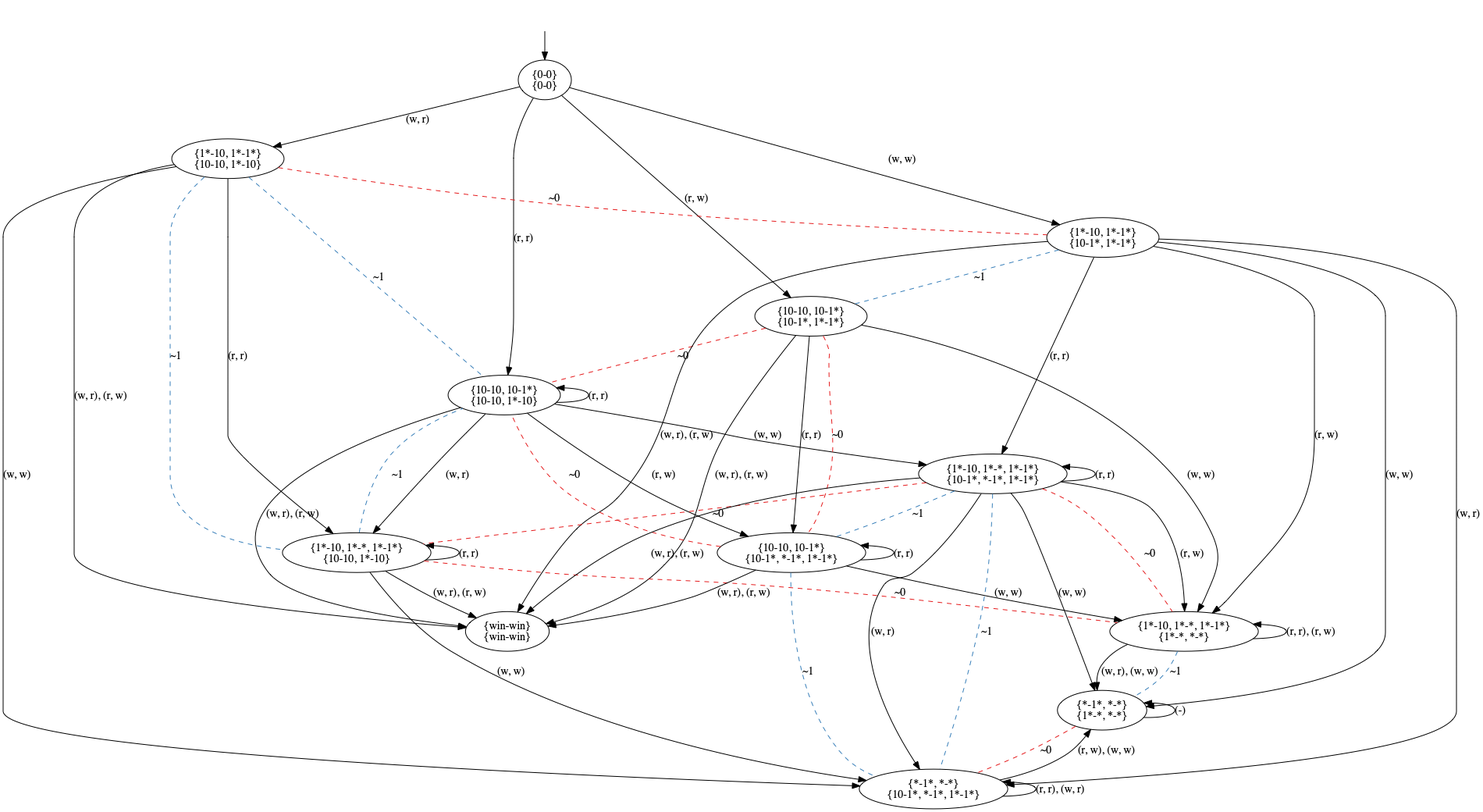
Above: pictures/GK2.png in olandr/mkbsc (Graphviz), before the change. Its source is kept beside it as pictures/GK2.dot.
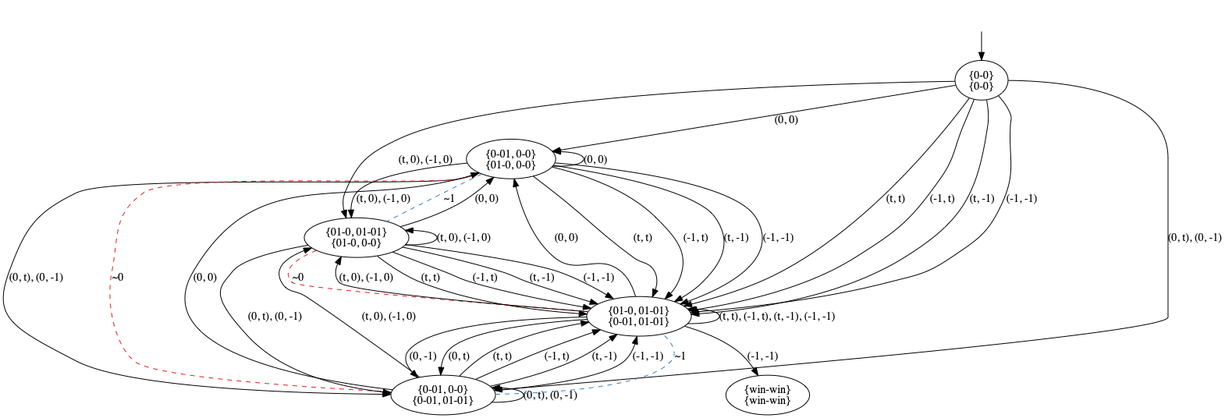
The same file after the commit.

The edit, as a diff of the source:
```diff
@@ -3,70 +3,50 @@
 nodesep=0.5;
 ranksep=0.5;
 splines=True;
-4626917864 [label="{0-0}\n{0-0}"];
-4626917752 [label="{10-10, 10-1*}\n{10-10, 1*-10}"];
-4626917640 [label="{1*-10, 1*-1*}\n{10-10, 1*-10}"];
-4626918648 [label="{10-10, 10-1*}\n{10-1*, 1*-1*}"];
-4626918760 [label="{1*-10, 1*-1*}\n{10-1*, 1*-1*}"];
-4626917920 [label="{1*-10, 1*-*, 1*-1*}\n{10-10, 1*-10}"];
-4626918088 [label="{win-win}\n{win-win}"];
-4626918200 [label="{10-10, 10-1*}\n{10-1*, *-1*, 1*-1*}"];
-4626918424 [label="{1*-10, 1*-*, 1*-1*}\n{10-1*, *-1*, 1*-1*}"];
-4626919264 [label="{*-1*, *-*}\n{10-1*, *-1*, 1*-1*}"];
-4624242728 [label="{1*-10, 1*-*, 1*-1*}\n{1*-*, *-*}"];
-4626699040 [label="{*-1*, *-*}\n{1*-*, *-*}"];
+4586271632 [label="{0-0}\n{0-0}"];
+4586271240 [label="{0-01, 0-0}\n{01-0, 0-0}"];
+4586272472 [label="{01-0, 01-01}\n{01-0, 0-0}"];
+4586271520 [label="{0-01, 0-0}\n{0-01, 01-01}"];
+4586271856 [label="{01-0, 01-01}\n{0-01, 01-01}"];
+4587183016 [label="{win-win}\n{win-win}"];
 hidden [label="", shape=none];
-4626917864 -> 4626917752  [action="('r', 'r')", key="('r', 'r')", label="(r, r)"];
-4626917864 -> 4626917640  [action="('w', 'r')", key="('w', 'r')", label="(w, r)"];
-4626917864 -> 4626918648  [action="('r', 'w')", key="('r', 'w')", label="(r, w)"];
-4626917864 -> 4626918760  [action="('w', 'w')", key="('w', 'w')", label="(w, w)"];
-4626917752 -> 4626917752  [action="('r', 'r')", dir=back, key="('r', 'r')", label="(r, r)"];
-4626917752 -> 4626917920  [action="('w', 'r')", key="('w', 'r')", label="(w, r)"];
-4626917752 -> 4626918200  [action="('r', 'w')", key="('r', 'w')", label="(r, w)"];
-4626917752 -> 4626918424  [action="('w', 'w')", key="('w', 'w')", label="(w, w)"];
-4626917752 -> 4626918088  [action="(('w', 'r'), ('r', 'w'))", key="(('w', 'r'), ('r', 'w'))", label="(w, r), (r, w)"];
-4626917640 -> 4626917920  [action="('r', 'r')", key="('r', 'r')", label="(r, r)"];
-4626917640 -> 4626917920  [arrowhead=none, color=2, colorscheme=set19, constraint=True, key=1, label="~1", style=dashed];
-4626917640 -> 4626919264  [action="('w', 'w')", key="('w', 'w')", label="(w, w)"];
-4626917640 -> 4626918088  [action="(('w', 'r'), ('r', 'w'))", key="(('w', 'r'), ('r', 'w'))", label="(w, r), (r, w)"];
-4626917640 -> 4626918760  [arrowhead=none, color=1, colorscheme=set19, constraint=True, key=0, label="~0", style=dashed];
-4626917640 -> 4626917752  [arrowhead=none, color=2, colorscheme=set19, constraint=True, key=0, label="~1", style=dashed];
-4626918648 -> 4626918200  [action="('r', 'r')", key="('r', 'r')", label="(r, r)"];
-4626918648 -> 4626918200  [arrowhead=none, color=1, colorscheme=set19, constraint=True, key=1, label="~0", style=dashed];
-4626918648 -> 4624242728  [action="('w', 'w')", key="('w', 'w')", label="(w, w)"];
-4626918648 -> 4626918088  [action="(('w', 'r'), ('r', 'w'))", key="(('w', 'r'), ('r', 'w'))", label="(w, r), (r, w)"];
-4626918648 -> 4626917752  [arrowhead=none, color=1, colorscheme=set19, constraint=True, key=0, label="~0", style=dashed];
-4626918760 -> 4626918424  [action="('r', 'r')", key="('r', 'r')", label="(r, r)"];
-4626918760 -> 4626919264  [action="('w', 'r')", key="('w', 'r')", label="(w, r)"];
-4626918760 -> 4624242728  [action="('r', 'w')", key="('r', 'w')", label="(r, w)"];
-4626918760 -> 4626699040  [action="('w', 'w')", key="('w', 'w')", label="(w, w)"];
-4626918760 -> 4626918088  [action="(('w', 'r'), ('r', 'w'))", key="(('w', 'r'), ('r', 'w'))", label="(w, r), (r, w)"];
-4626918760 -> 4626918648  [arrowhead=none, color=2, colorscheme=set19, constraint=True, key=0, label="~1", style=dashed];
-4626917920 -> 4626917920  [action="('r', 'r')", dir=back, key="('r', 'r')", label="(r, r)"];
-4626917920 -> 4626919264  [action="('w', 'w')", key="('w', 'w')", label="(w, w)"];
-4626917920 -> 4626918088  [action="(('w', 'r'), ('r', 'w'))", key="(('w', 'r'), ('r', 'w'))", label="(w, r), (r, w)"];
-4626917920 -> 4624242728  [arrowhead=none, color=1, colorscheme=set19, constraint=True, key=0, label="~0", style=dashed];
-4626917920 -> 4626917752  [arrowhead=none, color=2, colorscheme=set19, constraint=True, key=0, label="~1", style=dashed];
-4626918200 -> 4626918200  [action="('r', 'r')", dir=back, key="('r', 'r')", label="(r, r)"];
-4626918200 -> 4624242728  [action="('w', 'w')", key="('w', 'w')", label="(w, w)"];
-4626918200 -> 4626918088  [action="(('w', 'r'), ('r', 'w'))", key="(('w', 'r'), ('r', 'w'))", label="(w, r), (r, w)"];
-4626918200 -> 4626917752  [arrowhead=none, color=1, colorscheme=set19, constraint=True, key=0, label="~0", style=dashed];
-4626918200 -> 4626919264  [arrowhead=none, color=2, colorscheme=set19, constraint=True, key=0, label="~1", style=dashed];
-4626918424 -> 4626918424  [action="('r', 'r')", dir=back, key="('r', 'r')", label="(r, r)"];
-4626918424 -> 4626919264  [action="('w', 'r')", key="('w', 'r')", label="(w, r)"];
-4626918424 -> 4626919264  [arrowhead=none, color=2, colorscheme=set19, constraint=True, key=1, label="~1", style=dashed];
-4626918424 -> 4624242728  [action="('r', 'w')", key="('r', 'w')", label="(r, w)"];
-4626918424 -> 4624242728  [arrowhead=none, color=1, colorscheme=set19, constraint=True, key=1, label="~0", style=dashed];
-4626918424 -> 4626699040  [action="('w', 'w')", key="('w', 'w')", label="(w, w)"];
-4626918424 -> 4626918088  [action="(('w', 'r'), ('r', 'w'))", key="(('w', 'r'), ('r', 'w'))", label="(w, r), (r, w)"];
-4626918424 -> 4626917920  [arrowhead=none, color=1, colorscheme=set19, constraint=True, key=0, label="~0", style=dashed];
-4626918424 -> 4626918200  [arrowhead=none, color=2, colorscheme=set19, constraint=True, key=0, label="~1", style=dashed];
-4626919264 -> 4626919264  [action="(('r', 'r'), ('w', 'r'))", dir=back, key="(('r', 'r'), ('w', 'r'))", label="(r, r), (w, r)"];
-4626919264 -> 4626699040  [action="(('r', 'w'), ('w', 'w'))", key="(('r', 'w'), ('w', 'w'))", label="(r, w), (w, w)"];
-4624242728 -> 4624242728  [action="(('r', 'r'), ('r', 'w'))", dir=back, key="(('r', 'r'), ('r', 'w'))", label="(r, r), (r, w)"];
-4624242728 -> 4626699040  [action="(('w', 'r'), ('w', 'w'))", key="(('w', 'r'), ('w', 'w'))", label="(w, r), (w, w)"];
-4624242728 -> 4626699040  [arrowhead=none, color=2, colorscheme=set19, constraint=True, key=1, label="~1", style=dashed];
-4626699040 -> 4626699040  [action="(('r', 'r'), ('w', 'r'), ('r', 'w'), ('w', 'w'))", dir=back, key="(('r', 'r'), ('w', 'r'), ('r', 'w'), ('w', 'w'))", label="(-)"];
-4626699040 -> 4626919264  [arrowhead=none, color=1, colorscheme=set19, constraint=True, key=0, label="~0", style=dashed];
-hidden -> 4626917864  [key=0];
+4586271632 -> 4586271240  [action="('0', '0')", key="('0', '0')", label="(0, 0)"];
+4586271632 -> 4586271856  [action="('t', 't')", key="('t', 't')", label="(t, t)"];
+4586271632 -> 4586271856  [action="('-1', 't')", key="('-1', 't')", label="(-1, t)"];
+4586271632 -> 4586271856  [action="('t', '-1')", key="('t', '-1')", label="(t, -1)"];
+4586271632 -> 4586271856  [action="('-1', '-1')", key="('-1', '-1')", label="(-1, -1)"];
+4586271632 -> 4586272472  [action="(('t', '0'), ('-1', '0'))", key="(('t', '0'), ('-1', '0'))", label="(t, 0), (-1, 0)"];
+4586271632 -> 4586271520  [action="(('0', 't'), ('0', '-1'))", key="(('0', 't'), ('0', '-1'))", label="(0, t), (0, -1)"];
+4586271240 -> 4586271240  [action="('0', '0')", dir=back, key="('0', '0')", label="(0, 0)"];
+4586271240 -> 4586271856  [action="('t', 't')", key="('t', 't')", label="(t, t)"];
+4586271240 -> 4586271856  [action="('-1', 't')", key="('-1', 't')", label="(-1, t)"];
+4586271240 -> 4586271856  [action="('t', '-1')", key="('t', '-1')", label="(t, -1)"];
+4586271240 -> 4586271856  [action="('-1', '-1')", key="('-1', '-1')", label="(-1, -1)"];
+4586271240 -> 4586272472  [action="(('t', '0'), ('-1', '0'))", key="(('t', '0'), ('-1', '0'))", label="(t, 0), (-1, 0)"];
+4586271240 -> 4586272472  [arrowhead=none, color=2, colorscheme=set19, constraint=True, key=1, label="~1", style=dashed];
+4586271240 -> 4586271520  [action="(('0', 't'), ('0', '-1'))", key="(('0', 't'), ('0', '-1'))", label="(0, t), (0, -1)"];
+4586271240 -> 4586271520  [arrowhead=none, color=1, colorscheme=set19, constraint=True, key=1, label="~0", style=dashed];
+4586272472 -> 4586271240  [action="('0', '0')", key="('0', '0')", label="(0, 0)"];
+4586272472 -> 4586271856  [action="('t', 't')", key="('t', 't')", label="(t, t)"];
+4586272472 -> 4586271856  [action="('-1', 't')", key="('-1', 't')", label="(-1, t)"];
+4586272472 -> 4586271856  [action="('t', '-1')", key="('t', '-1')", label="(t, -1)"];
+4586272472 -> 4586271856  [action="('-1', '-1')", key="('-1', '-1')", label="(-1, -1)"];
+4586272472 -> 4586271856  [arrowhead=none, color=1, colorscheme=set19, constraint=True, key=4, label="~0", style=dashed];
+4586272472 -> 4586272472  [action="(('t', '0'), ('-1', '0'))", dir=back, key="(('t', '0'), ('-1', '0'))", label="(t, 0), (-1, 0)"];
+4586272472 -> 4586271520  [action="(('0', 't'), ('0', '-1'))", key="(('0', 't'), ('0', '-1'))", label="(0, t), (0, -1)"];
+4586271520 -> 4586271240  [action="('0', '0')", key="('0', '0')", label="(0, 0)"];
+4586271520 -> 4586271856  [action="('t', 't')", key="('t', 't')", label="(t, t)"];
+4586271520 -> 4586271856  [action="('-1', 't')", key="('-1', 't')", label="(-1, t)"];
+4586271520 -> 4586271856  [action="('t', '-1')", key="('t', '-1')", label="(t, -1)"];
+4586271520 -> 4586271856  [action="('-1', '-1')", key="('-1', '-1')", label="(-1, -1)"];
+4586271520 -> 4586271856  [arrowhead=none, color=2, colorscheme=set19, constraint=True, key=4, label="~1", style=dashed];
+4586271520 -> 4586272472  [action="(('t', '0'), ('-1', '0'))", key="(('t', '0'), ('-1', '0'))", label="(t, 0), (-1, 0)"];
+4586271520 -> 4586271520  [action="(('0', 't'), ('0', '-1'))", dir=back, key="(('0', 't'), ('0', '-1'))", label="(0, t), (0, -1)"];
+4586271856 -> 4586271240  [action="('0', '0')", key="('0', '0')", label="(0, 0)"];
+4586271856 -> 4586271520  [action="('0', 't')", key="('0', 't')", label="(0, t)"];
+4586271856 -> 4586271520  [action="('0', '-1')", key="('0', '-1')", label="(0, -1)"];
+4586271856 -> 4587183016  [action="('-1', '-1')", key="('-1', '-1')", label="(-1, -1)"];
+4586271856 -> 4586272472  [action="(('t', '0'), ('-1', '0'))", key="(('t', '0'), ('-1', '0'))", label="(t, 0), (-1, 0)"];
+4586271856 -> 4586271856  [action="(('t', 't'), ('-1', 't'), ('t', '-1'), ('-1', '-1'))", dir=back, key="(('t', 't'), ('-1', 't'), ('t', '-1'), ('-1', '-1'))", label="(t, t), (-1, t), (t, -1), (-1, -1)"];
+hidden -> 4586271632  [key=0];
 }
```
